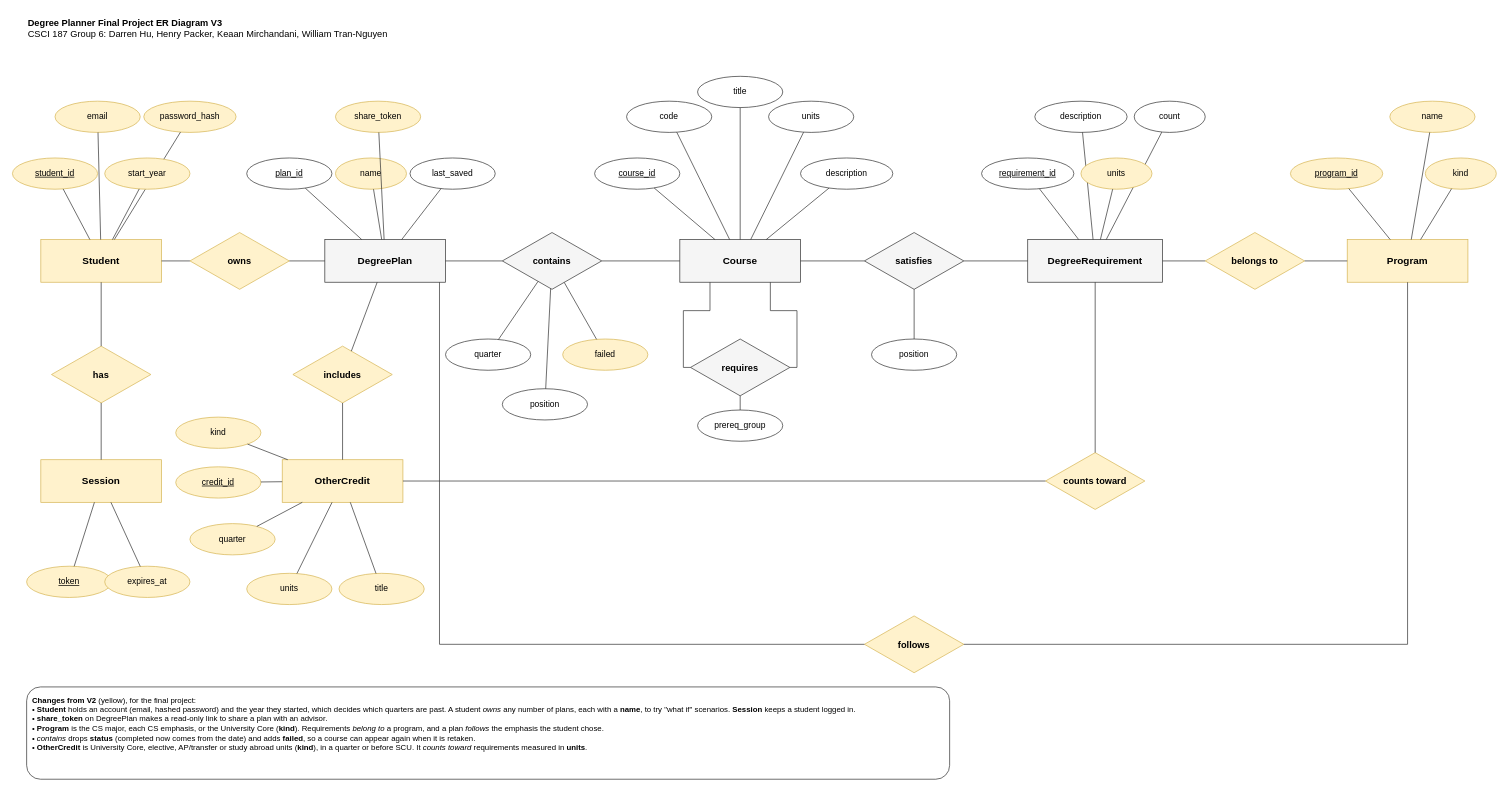
Before: docs/er-diagram-v3.drawio in Keaanm/csci187-degree-planner, a draw.io diagram. Source tidied: cells renumbered, new cells numbered last; positions are measured from the earlier drawing's top-left corner, leaving out a move shared by most shapes. Both pictures are drawn from the tidied source at 71%, with x=0, y=0 at pixel (12, 12).
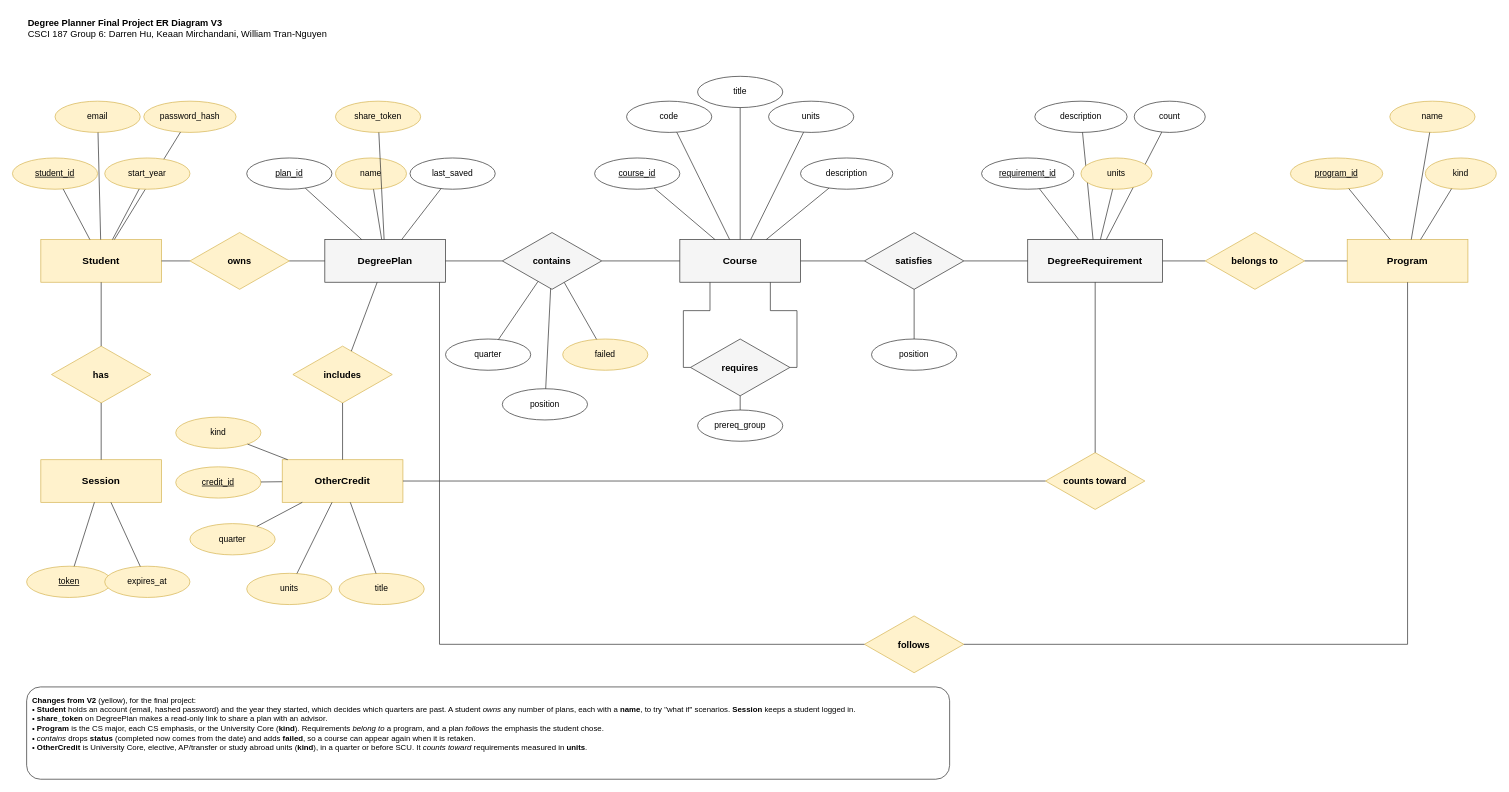
Above is the later version.

What changed in the source:
```diff
@@
-    <mxCell id="2" value="&lt;b&gt;Degree Planner Final Project ER Diagram V3&lt;/b&gt;&lt;br&gt;CSCI 187 Group 6: Darren Hu, Henry Packer, Keaan Mirchandani, William Tran-Nguyen" style="text;html=1;align=left;verticalAlign=top;fontSize=13;" parent="1" vertex="1">
+    <mxCell id="2" value="&lt;b&gt;Degree Planner Final Project ER Diagram V3&lt;/b&gt;&lt;br&gt;CSCI 187 Group 6: Darren Hu, Keaan Mirchandani, William Tran-Nguyen" style="text;html=1;align=left;verticalAlign=top;fontSize=13;" parent="1" vertex="1">
       <mxGeometry x="20" width="760" height="50" as="geometry" />
     </mxCell>
```
